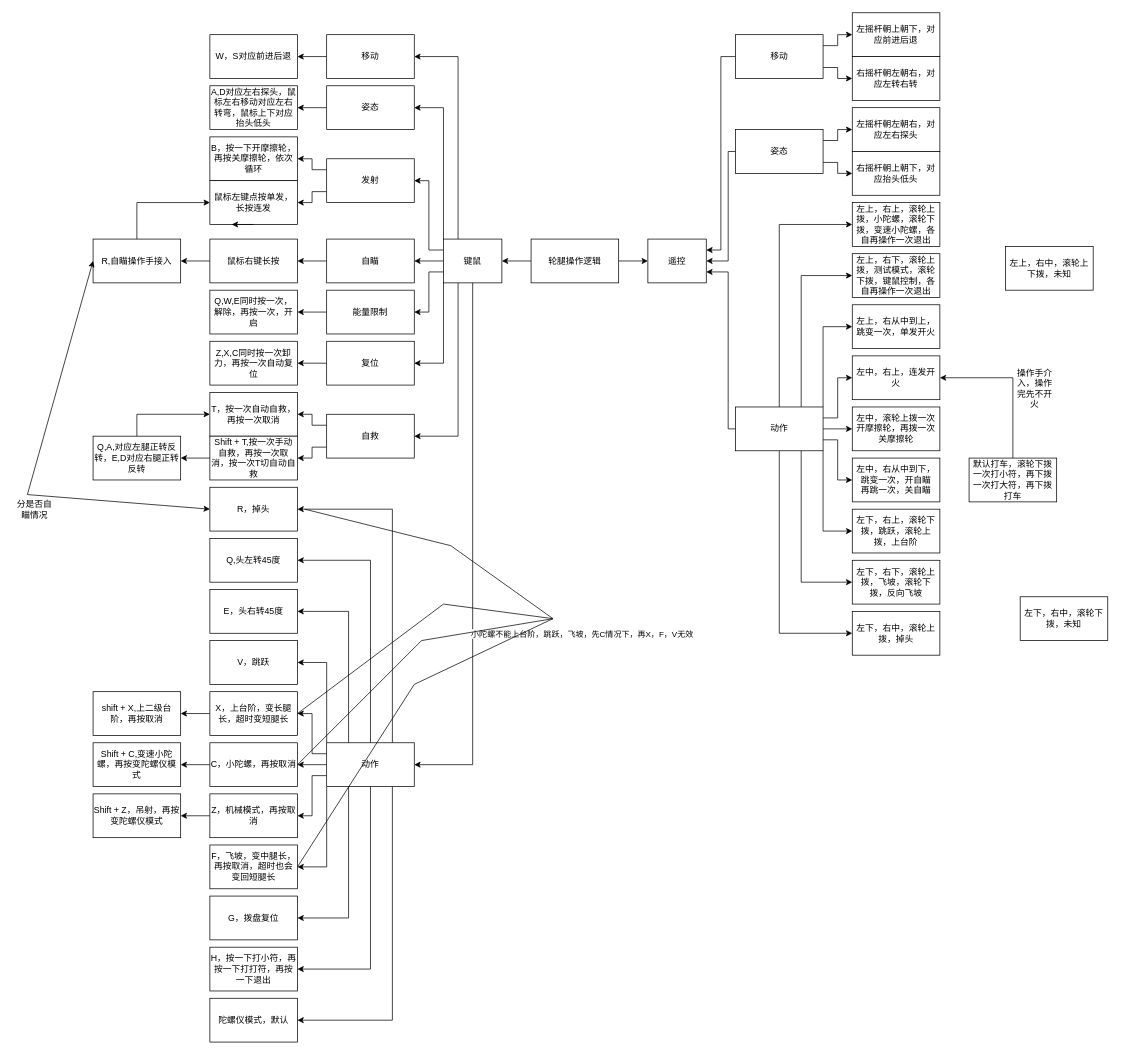
Before: draw.io/opera_logic.drawio in WRX1234-code/RP__wrx, a draw.io diagram. Source tidied: cells renumbered, new cells numbered last; positions are measured from the earlier drawing's top-left corner, leaving out a move shared by most shapes. Both pictures are drawn from the tidied source at 73%, with x=0, y=0 at pixel (12, 12).
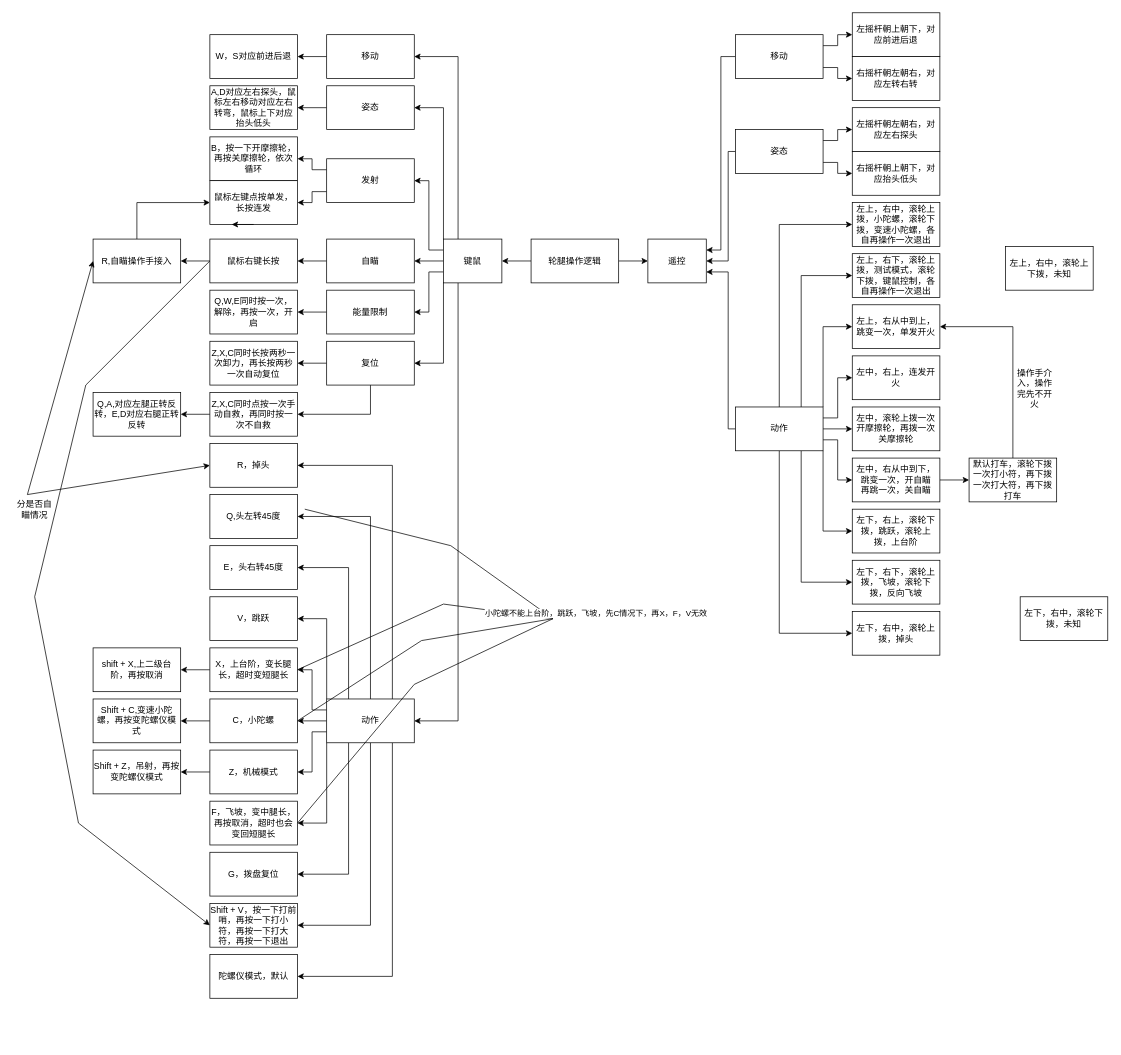
The same diagram, later.

The change refers to these unchanged cells:
```xml
<mxCell id="14" value="键鼠" style="rounded=0;whiteSpace=wrap;html=1;" parent="1" vertex="1">
  <mxGeometry x="590" y="310" width="80" height="60" as="geometry" />
</mxCell>
<mxCell id="73" value="复位" style="rounded=0;whiteSpace=wrap;html=1;" parent="1" vertex="1">
  <mxGeometry x="430" y="450" width="120" height="60" as="geometry" />
</mxCell>
<mxCell id="98" value="默认打车，滚轮下拨一次打小符，再下拨一次打大符，再下拨打车" style="rounded=0;whiteSpace=wrap;html=1;" parent="1" vertex="1">
  <mxGeometry x="1310" y="610" width="120" height="60" as="geometry" />
</mxCell>
<mxCell id="100" value="左上，右从中到上，跳变一次，单发开火" style="rounded=0;whiteSpace=wrap;html=1;" parent="1" vertex="1">
  <mxGeometry x="1150" y="400" width="120" height="60" as="geometry" />
</mxCell>
<mxCell id="103" value="左中，右上&lt;span style=&quot;background-color: transparent; color: light-dark(rgb(0, 0, 0), rgb(255, 255, 255));&quot;&gt;，连发开火&lt;/span&gt;" style="rounded=0;whiteSpace=wrap;html=1;" parent="1" vertex="1">
  <mxGeometry x="1150" y="470" width="120" height="60" as="geometry" />
</mxCell>
<mxCell id="109" value="左中，右从中到下，跳变一次，开自瞄&lt;div&gt;再跳一次，关自瞄&lt;/div&gt;" style="rounded=0;whiteSpace=wrap;html=1;" parent="1" vertex="1">
  <mxGeometry x="1150" y="610" width="120" height="60" as="geometry" />
</mxCell>
```

What changed in the source:
```diff
@@
-    <mxCell id="12" style="edgeStyle=orthogonalEdgeStyle;rounded=0;jettySize=auto;html=1;exitX=0.5;exitY=1;exitDx=0;exitDy=0;entryX=1;entryY=0.5;entryDx=0;entryDy=0;" parent="1" edge="1" source="14" target="55">
+    <mxCell id="12" style="edgeStyle=orthogonalEdgeStyle;rounded=0;jettySize=auto;html=1;exitX=0.25;exitY=1;exitDx=0;exitDy=0;entryX=1;entryY=0.5;entryDx=0;entryDy=0;" parent="1" edge="1" source="14" target="55">
       <mxGeometry relative="1" as="geometry" />
     </mxCell>
-    <mxCell id="13" style="edgeStyle=orthogonalEdgeStyle;rounded=0;jettySize=auto;html=1;exitX=0.25;exitY=1;exitDx=0;exitDy=0;entryX=1;entryY=0.5;entryDx=0;entryDy=0;" parent="1" edge="1" source="14" target="78">
-      <mxGeometry relative="1" as="geometry" />
-    </mxCell>
@@
     <mxCell id="55" value="动作" style="rounded=0;whiteSpace=wrap;html=1;" parent="1" vertex="1">
-      <mxGeometry x="430" y="1000" width="120" height="60" as="geometry" />
+      <mxGeometry x="430" y="940" width="120" height="60" as="geometry" />
     </mxCell>
     <mxCell id="56" value="V，跳跃" style="rounded=0;whiteSpace=wrap;html=1;" parent="1" vertex="1">
-      <mxGeometry x="270" y="860" width="120" height="60" as="geometry" />
+      <mxGeometry x="270" y="800" width="120" height="60" as="geometry" />
     </mxCell>
@@
     <mxCell id="58" value="X，上台阶，变长腿长，超时变短腿长" style="rounded=0;whiteSpace=wrap;html=1;" parent="1" vertex="1">
-      <mxGeometry x="270" y="930" width="120" height="60" as="geometry" />
+      <mxGeometry x="270" y="870" width="120" height="60" as="geometry" />
     </mxCell>
@@
-    <mxCell id="60" value="C，小陀螺，再按取消" style="rounded=0;whiteSpace=wrap;html=1;" parent="1" vertex="1">
-      <mxGeometry x="270" y="1000" width="120" height="60" as="geometry" />
+    <mxCell id="60" value="C，小陀螺" style="rounded=0;whiteSpace=wrap;html=1;" parent="1" vertex="1">
+      <mxGeometry x="270" y="940" width="120" height="60" as="geometry" />
     </mxCell>
@@
-    <mxCell id="62" value="Z，机械模式，再按取消" style="rounded=0;whiteSpace=wrap;html=1;" parent="1" vertex="1">
-      <mxGeometry x="270" y="1070" width="120" height="60" as="geometry" />
+    <mxCell id="62" value="Z，机械模式" style="rounded=0;whiteSpace=wrap;html=1;" parent="1" vertex="1">
+      <mxGeometry x="270" y="1010" width="120" height="60" as="geometry" />
     </mxCell>
     <mxCell id="63" value="F，飞坡，变中腿长，再按取消，超时也会变回短腿长" style="rounded=0;whiteSpace=wrap;html=1;" parent="1" vertex="1">
-      <mxGeometry x="270" y="1140" width="120" height="60" as="geometry" />
+      <mxGeometry x="270" y="1080" width="120" height="60" as="geometry" />
     </mxCell>
@@
     <mxCell id="66" value="G，拨盘复位" style="rounded=0;whiteSpace=wrap;html=1;" parent="1" vertex="1">
-      <mxGeometry x="270" y="1210" width="120" height="60" as="geometry" />
+      <mxGeometry x="270" y="1150" width="120" height="60" as="geometry" />
     </mxCell>
     <mxCell id="67" value="Shift + C,变速小陀螺，再按变陀螺仪模式" style="rounded=0;whiteSpace=wrap;html=1;" parent="1" vertex="1">
-      <mxGeometry x="110" y="1000" width="120" height="60" as="geometry" />
+      <mxGeometry x="110" y="940" width="120" height="60" as="geometry" />
     </mxCell>
@@
     <mxCell id="69" value="shift + X,上二级台阶，再按取消" style="rounded=0;whiteSpace=wrap;html=1;" parent="1" vertex="1">
-      <mxGeometry x="110" y="930" width="120" height="60" as="geometry" />
+      <mxGeometry x="110" y="870" width="120" height="60" as="geometry" />
     </mxCell>
-    <mxCell id="70" value="Z,X,C同时按一次卸力，再按一次自动复位" style="rounded=0;whiteSpace=wrap;html=1;" parent="1" vertex="1">
+    <mxCell id="70" value="Z,X,C同时长按两秒一次卸力，再长按两秒一次自动复位" style="rounded=0;whiteSpace=wrap;html=1;" parent="1" vertex="1">
       <mxGeometry x="270" y="450" width="120" height="60" as="geometry" />
     </mxCell>
     <mxCell id="71" value="Shift + Z，吊射，再按变陀螺仪模式" style="rounded=0;whiteSpace=wrap;html=1;" parent="1" vertex="1">
-      <mxGeometry x="110" y="1070" width="120" height="60" as="geometry" />
+      <mxGeometry x="110" y="1010" width="120" height="60" as="geometry" />
     </mxCell>
@@
+    <mxCell id="118" style="edgeStyle=orthogonalEdgeStyle;rounded=0;jettySize=auto;html=1;exitX=0.5;exitY=1;exitDx=0;exitDy=0;entryX=1;entryY=0.5;entryDx=0;entryDy=0;" parent="1" edge="1" source="73" target="81">
+      <mxGeometry relative="1" as="geometry" />
+    </mxCell>
@@
     <mxCell id="74" value="陀螺仪模式，默认" style="rounded=0;whiteSpace=wrap;html=1;" parent="1" vertex="1">
-      <mxGeometry x="270" y="1350" width="120" height="60" as="geometry" />
+      <mxGeometry x="270" y="1290" width="120" height="60" as="geometry" />
     </mxCell>
@@
-    <mxCell id="76" style="edgeStyle=orthogonalEdgeStyle;rounded=0;jettySize=auto;html=1;exitX=0;exitY=0.25;exitDx=0;exitDy=0;entryX=1;entryY=0.5;entryDx=0;entryDy=0;" parent="1" edge="1" source="78" target="79">
-      <mxGeometry relative="1" as="geometry" />
-    </mxCell>
-    <mxCell id="77" style="edgeStyle=orthogonalEdgeStyle;rounded=0;jettySize=auto;html=1;exitX=0;exitY=0.75;exitDx=0;exitDy=0;entryX=1;entryY=0.5;entryDx=0;entryDy=0;" parent="1" edge="1" source="78" target="81">
-      <mxGeometry relative="1" as="geometry" />
-    </mxCell>
-    <mxCell id="78" value="自救" style="rounded=0;whiteSpace=wrap;html=1;" parent="1" vertex="1">
-      <mxGeometry x="430" y="550" width="120" height="60" as="geometry" />
-    </mxCell>
-    <mxCell id="79" value="T，按一次自动自救，再按一次取消" style="rounded=0;whiteSpace=wrap;html=1;" parent="1" vertex="1">
-      <mxGeometry x="270" y="520" width="120" height="60" as="geometry" />
-    </mxCell>
@@
-    <mxCell id="81" value="Shift + T,按一次手动自救，再按一次取消，按一次T切自动自救" style="rounded=0;whiteSpace=wrap;html=1;" parent="1" vertex="1">
-      <mxGeometry x="270" y="580" width="120" height="60" as="geometry" />
+    <mxCell id="81" value="Z,X,C同时点按一次手动自救，再同时按一次不自救" style="rounded=0;whiteSpace=wrap;html=1;" parent="1" vertex="1">
+      <mxGeometry x="270" y="520" width="120" height="60" as="geometry" />
     </mxCell>
-    <mxCell id="82" style="edgeStyle=orthogonalEdgeStyle;rounded=0;jettySize=auto;html=1;exitX=0.5;exitY=0;exitDx=0;exitDy=0;" parent="1" edge="1" source="83" target="79">
-      <mxGeometry relative="1" as="geometry" />
-    </mxCell>
     <mxCell id="83" value="Q,A,对应左腿正转反转，E,D对应右腿正转反转" style="rounded=0;whiteSpace=wrap;html=1;" parent="1" vertex="1">
-      <mxGeometry x="110" y="580" width="120" height="60" as="geometry" />
+      <mxGeometry x="110" y="520" width="120" height="60" as="geometry" />
     </mxCell>
@@
-    <mxCell id="97" style="edgeStyle=orthogonalEdgeStyle;rounded=0;jettySize=auto;html=1;exitX=0.5;exitY=0;exitDx=0;exitDy=0;entryX=1;entryY=0.5;entryDx=0;entryDy=0;" parent="1" edge="1" source="98" target="103">
-      <mxGeometry relative="1" as="geometry" />
+    <mxCell id="97" style="edgeStyle=orthogonalEdgeStyle;rounded=0;jettySize=auto;html=1;exitX=0.5;exitY=0;exitDx=0;exitDy=0;entryX=1;entryY=0.5;entryDx=0;entryDy=0;" parent="1" edge="1" source="98" target="100">
+      <mxGeometry relative="1" as="geometry">
+        <Array as="points">
+          <mxPoint x="1370" y="430" />
+        </Array>
+      </mxGeometry>
     </mxCell>
@@
-    <mxCell id="102" value="左上，右上，滚轮上拨，小陀螺，滚轮下拨，变速小陀螺，各自再操作一次退出" style="rounded=0;whiteSpace=wrap;html=1;" parent="1" vertex="1">
+    <mxCell id="102" value="左上，右中，滚轮上拨，小陀螺，滚轮下拨，变速小陀螺，各自再操作一次退出" style="rounded=0;whiteSpace=wrap;html=1;" parent="1" vertex="1">
       <mxGeometry x="1150" y="260" width="120" height="60" as="geometry" />
     </mxCell>
@@
+    <mxCell id="119" style="edgeStyle=orthogonalEdgeStyle;rounded=0;jettySize=auto;html=1;exitX=1;exitY=0.5;exitDx=0;exitDy=0;" parent="1" edge="1" source="109" target="98">
+      <mxGeometry relative="1" as="geometry" />
+    </mxCell>
@@
-    <mxCell id="112" value="H，按一下打小符，再按一下打打符，再按一下退出" style="rounded=0;whiteSpace=wrap;html=1;strokeColor=default;align=center;verticalAlign=middle;fontFamily=Helvetica;fontSize=12;fontColor=default;fillColor=default;" parent="1" vertex="1">
-      <mxGeometry x="270" y="1280" width="120" height="60" as="geometry" />
+    <mxCell id="112" value="Shift + V，按一下打前哨，再按一下打小符，再按一下打大符，再按一下退出" style="rounded=0;whiteSpace=wrap;html=1;strokeColor=default;align=center;verticalAlign=middle;fontFamily=Helvetica;fontSize=12;fontColor=default;fillColor=default;" parent="1" vertex="1">
+      <mxGeometry x="270" y="1220" width="120" height="60" as="geometry" />
     </mxCell>
     <mxCell id="113" value="R，掉头" style="rounded=0;whiteSpace=wrap;html=1;strokeColor=default;align=center;verticalAlign=middle;fontFamily=Helvetica;fontSize=12;fontColor=default;fillColor=default;" parent="1" vertex="1">
-      <mxGeometry x="270" y="650" width="120" height="60" as="geometry" />
+      <mxGeometry x="270" y="590" width="120" height="60" as="geometry" />
     </mxCell>
     <mxCell id="114" value="Q,头左转45度" style="rounded=0;whiteSpace=wrap;html=1;strokeColor=default;align=center;verticalAlign=middle;fontFamily=Helvetica;fontSize=12;fontColor=default;fillColor=default;" parent="1" vertex="1">
-      <mxGeometry x="270" y="720" width="120" height="60" as="geometry" />
+      <mxGeometry x="270" y="660" width="120" height="60" as="geometry" />
     </mxCell>
     <mxCell id="115" value="E，头右转45度" style="rounded=0;whiteSpace=wrap;html=1;strokeColor=default;align=center;verticalAlign=middle;fontFamily=Helvetica;fontSize=12;fontColor=default;fillColor=default;" parent="1" vertex="1">
-      <mxGeometry x="270" y="790" width="120" height="60" as="geometry" />
+      <mxGeometry x="270" y="730" width="120" height="60" as="geometry" />
     </mxCell>
@@
+    <mxCell id="120" style="endArrow=classic;html=1;rounded=0;entryX=0;entryY=0.5;entryDx=0;entryDy=0;" parent="1" edge="1" target="112">
+      <mxGeometry relative="1" as="geometry">
+        <mxPoint x="270" y="340" as="sourcePoint" />
+        <Array as="points">
+          <mxPoint x="100" y="510" />
+          <mxPoint x="30" y="800" />
+          <mxPoint x="90" y="1110" />
+        </Array>
+      </mxGeometry>
+    </mxCell>
```
